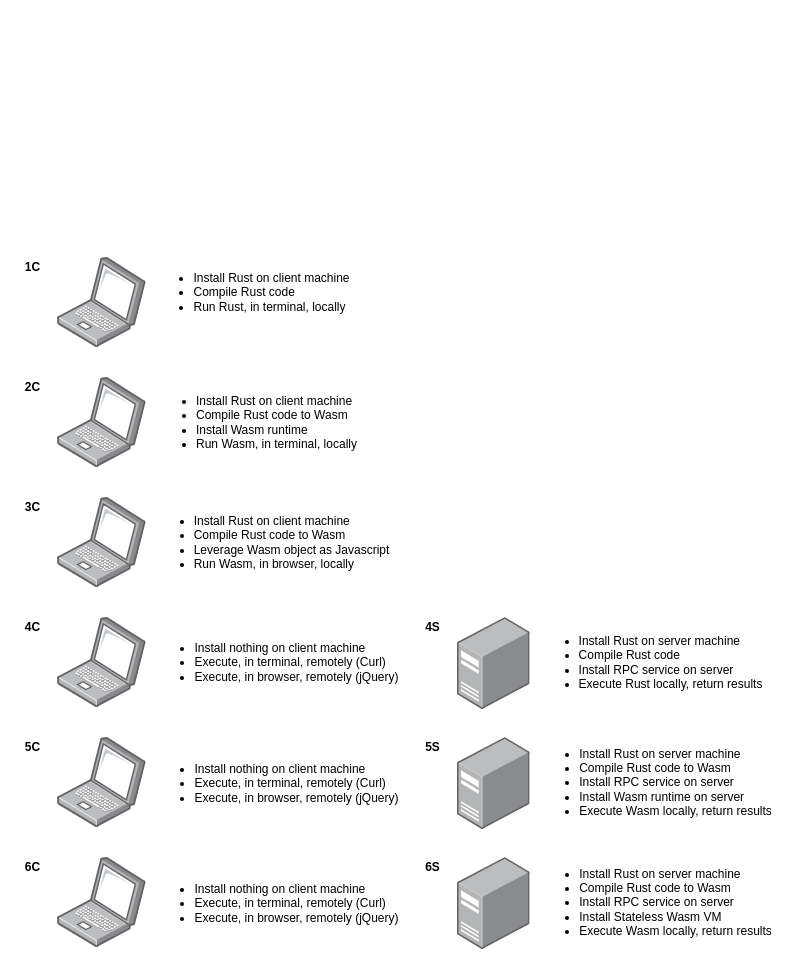
The draw.io diagram different_modalities.drawio in second-state/SSVMRPC, before the edit. Source tidied: cells renumbered, new cells numbered last; positions are measured from the earlier drawing's top-left corner, leaving out a move shared by most shapes. Both pictures are drawn from the tidied source at 100%, with x=0, y=0 at pixel (17, 257).
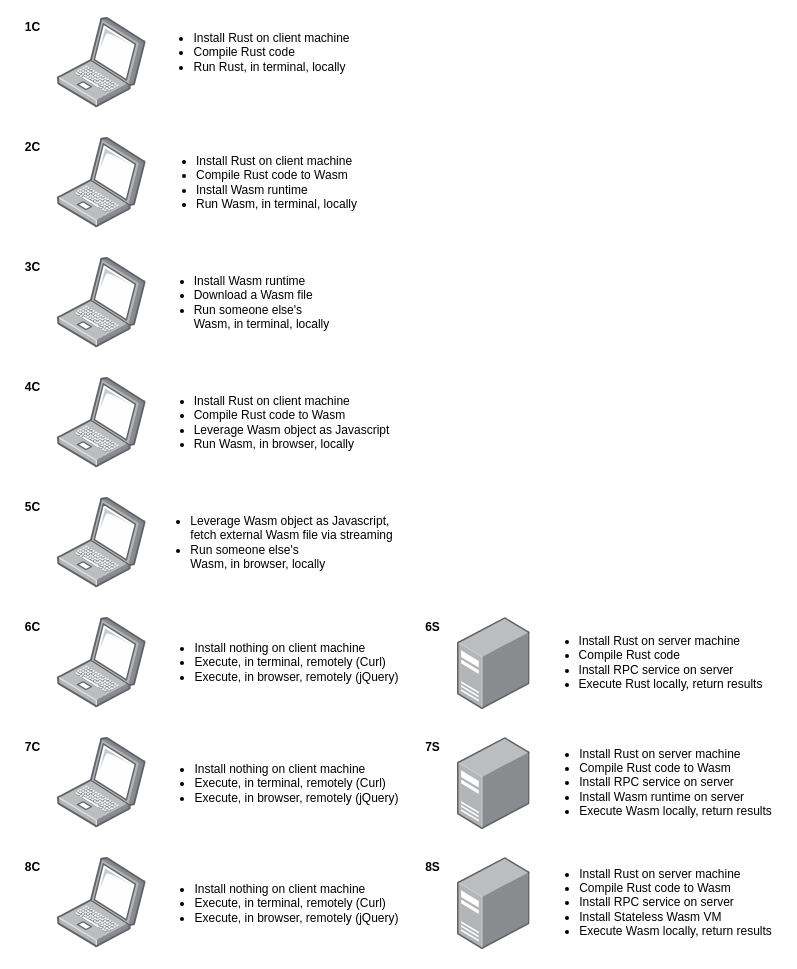
After the change.

Diff of the diagram source:
```diff
@@
     <mxCell id="2" style="html=1;align=center;shadow=0;dashed=0;image;image=img/lib/allied_telesis/computer_and_terminals/Laptop.svg;" parent="1" vertex="1">
-      <mxGeometry x="40" width="88.7" height="90" as="geometry" />
+      <mxGeometry x="40" y="-120" width="88.7" height="90" as="geometry" />
     </mxCell>
     <mxCell id="3" style="html=1;align=center;shadow=0;dashed=0;image;image=img/lib/allied_telesis/computer_and_terminals/Laptop.svg;" parent="1" vertex="1">
-      <mxGeometry x="40" y="120" width="88.7" height="90" as="geometry" />
+      <mxGeometry x="40" width="88.7" height="90" as="geometry" />
     </mxCell>
     <mxCell id="4" style="html=1;align=center;shadow=0;dashed=0;image;image=img/lib/allied_telesis/computer_and_terminals/Laptop.svg;" parent="1" vertex="1">
-      <mxGeometry x="40" y="240" width="88.7" height="90" as="geometry" />
+      <mxGeometry x="40" y="120" width="88.7" height="90" as="geometry" />
     </mxCell>
@@
-    <mxCell id="6" value="&lt;div style=&quot;text-align: left&quot;&gt;&lt;ul&gt;&lt;li&gt;&lt;span&gt;Install Rust on client machine&lt;/span&gt;&lt;/li&gt;&lt;li&gt;&lt;span&gt;Compile Rust code&lt;/span&gt;&lt;/li&gt;&lt;li&gt;&lt;span&gt;Run Rust, in terminal, locally&lt;/span&gt;&lt;/li&gt;&lt;/ul&gt;&lt;/div&gt;" style="text;html=1;align=center;verticalAlign=middle;" parent="1" vertex="1">
-      <mxGeometry x="128.7" width="210" height="70" as="geometry" />
-    </mxCell>
-    <mxCell id="7" value="&lt;div style=&quot;text-align: left&quot;&gt;&lt;ul&gt;&lt;li&gt;&lt;span&gt;Install Rust on client machine&lt;/span&gt;&lt;/li&gt;&lt;li&gt;&lt;span&gt;Compile Rust code to Wasm&lt;/span&gt;&lt;/li&gt;&lt;li&gt;&lt;span&gt;Install Wasm runtime&lt;/span&gt;&lt;/li&gt;&lt;li&gt;&lt;span&gt;Run Wasm, in terminal, locally&lt;/span&gt;&lt;/li&gt;&lt;/ul&gt;&lt;/div&gt;" style="text;html=1;align=center;verticalAlign=middle;" parent="1" vertex="1">
-      <mxGeometry x="128.7" y="120" width="220" height="90" as="geometry" />
+    <mxCell id="7" value="&lt;div style=&quot;text-align: left&quot;&gt;&lt;ul&gt;&lt;li&gt;&lt;span&gt;Install Wasm runtime&lt;/span&gt;&lt;br&gt;&lt;/li&gt;&lt;li&gt;&lt;span&gt;Download a Wasm file&lt;/span&gt;&lt;/li&gt;&lt;li&gt;&lt;span&gt;Run someone else's&lt;br&gt;Wasm, in terminal, locally&lt;/span&gt;&lt;/li&gt;&lt;/ul&gt;&lt;/div&gt;" style="text;html=1;align=center;verticalAlign=middle;" parent="1" vertex="1">
+      <mxGeometry x="128.7" width="190" height="90" as="geometry" />
     </mxCell>
     <mxCell id="8" value="&lt;div style=&quot;text-align: left&quot;&gt;&lt;ul&gt;&lt;li&gt;&lt;span&gt;Install Rust on client machine&lt;/span&gt;&lt;/li&gt;&lt;li&gt;&lt;span&gt;Compile Rust code to Wasm&lt;/span&gt;&lt;/li&gt;&lt;li&gt;&lt;span&gt;Leverage Wasm object as Javascript&lt;/span&gt;&lt;/li&gt;&lt;li&gt;&lt;span&gt;Run Wasm, in browser, locally&lt;/span&gt;&lt;/li&gt;&lt;/ul&gt;&lt;/div&gt;" style="text;html=1;align=center;verticalAlign=middle;" parent="1" vertex="1">
-      <mxGeometry x="128.7" y="240" width="250" height="90" as="geometry" />
+      <mxGeometry x="128.7" y="120" width="250" height="90" as="geometry" />
     </mxCell>
@@
-    <mxCell id="20" value="&lt;b&gt;1C&lt;/b&gt;" style="text;html=1;align=center;verticalAlign=middle;" parent="1" vertex="1">
-      <mxGeometry width="30" height="20" as="geometry" />
+    <mxCell id="20" value="&lt;b&gt;2C&lt;/b&gt;" style="text;html=1;align=center;verticalAlign=middle;" parent="1" vertex="1">
+      <mxGeometry y="-120" width="30" height="20" as="geometry" />
     </mxCell>
-    <mxCell id="21" value="&lt;b&gt;2C&lt;/b&gt;" style="text;html=1;align=center;verticalAlign=middle;" parent="1" vertex="1">
-      <mxGeometry y="120" width="30" height="20" as="geometry" />
+    <mxCell id="21" value="&lt;b&gt;3C&lt;/b&gt;" style="text;html=1;align=center;verticalAlign=middle;" parent="1" vertex="1">
+      <mxGeometry width="30" height="20" as="geometry" />
     </mxCell>
-    <mxCell id="22" value="&lt;b&gt;3C&lt;/b&gt;" style="text;html=1;align=center;verticalAlign=middle;" parent="1" vertex="1">
-      <mxGeometry y="240" width="30" height="20" as="geometry" />
+    <mxCell id="22" value="&lt;b&gt;4C&lt;/b&gt;" style="text;html=1;align=center;verticalAlign=middle;" parent="1" vertex="1">
+      <mxGeometry y="120" width="30" height="20" as="geometry" />
     </mxCell>
-    <mxCell id="23" value="&lt;b&gt;4C&lt;/b&gt;" style="text;html=1;align=center;verticalAlign=middle;" parent="1" vertex="1">
+    <mxCell id="23" value="&lt;b&gt;6C&lt;/b&gt;" style="text;html=1;align=center;verticalAlign=middle;" parent="1" vertex="1">
       <mxGeometry y="360" width="30" height="20" as="geometry" />
     </mxCell>
-    <mxCell id="24" value="&lt;b&gt;4S&lt;/b&gt;" style="text;html=1;align=center;verticalAlign=middle;" parent="1" vertex="1">
+    <mxCell id="24" value="&lt;b&gt;6S&lt;/b&gt;" style="text;html=1;align=center;verticalAlign=middle;" parent="1" vertex="1">
       <mxGeometry x="400" y="360" width="30" height="20" as="geometry" />
     </mxCell>
-    <mxCell id="25" value="&lt;b&gt;5C&lt;/b&gt;" style="text;html=1;align=center;verticalAlign=middle;" parent="1" vertex="1">
+    <mxCell id="25" value="&lt;b&gt;7C&lt;/b&gt;" style="text;html=1;align=center;verticalAlign=middle;" parent="1" vertex="1">
       <mxGeometry y="480" width="30" height="20" as="geometry" />
     </mxCell>
-    <mxCell id="26" value="&lt;b&gt;6C&lt;/b&gt;" style="text;html=1;align=center;verticalAlign=middle;" parent="1" vertex="1">
+    <mxCell id="26" value="&lt;b&gt;8C&lt;/b&gt;" style="text;html=1;align=center;verticalAlign=middle;" parent="1" vertex="1">
       <mxGeometry y="600" width="30" height="20" as="geometry" />
     </mxCell>
-    <mxCell id="27" value="&lt;b&gt;5S&lt;/b&gt;" style="text;html=1;align=center;verticalAlign=middle;" parent="1" vertex="1">
+    <mxCell id="27" value="&lt;b&gt;7S&lt;/b&gt;" style="text;html=1;align=center;verticalAlign=middle;" parent="1" vertex="1">
       <mxGeometry x="400" y="480" width="30" height="20" as="geometry" />
     </mxCell>
-    <mxCell id="28" value="&lt;b&gt;6S&lt;/b&gt;" style="text;html=1;align=center;verticalAlign=middle;" parent="1" vertex="1">
+    <mxCell id="28" value="&lt;b&gt;8S&lt;/b&gt;" style="text;html=1;align=center;verticalAlign=middle;" parent="1" vertex="1">
       <mxGeometry x="400" y="600" width="30" height="20" as="geometry" />
     </mxCell>
+    <mxCell id="29" style="html=1;align=center;shadow=0;dashed=0;image;image=img/lib/allied_telesis/computer_and_terminals/Laptop.svg;" parent="1" vertex="1">
+      <mxGeometry x="40" y="-240" width="88.7" height="90" as="geometry" />
+    </mxCell>
+    <mxCell id="6" value="&lt;div style=&quot;text-align: left&quot;&gt;&lt;ul&gt;&lt;li&gt;&lt;span&gt;Install Rust on client machine&lt;/span&gt;&lt;/li&gt;&lt;li&gt;&lt;span&gt;Compile Rust code&lt;/span&gt;&lt;/li&gt;&lt;li&gt;&lt;span&gt;Run Rust, in terminal, locally&lt;/span&gt;&lt;/li&gt;&lt;/ul&gt;&lt;/div&gt;" style="text;html=1;align=center;verticalAlign=middle;" parent="1" vertex="1">
+      <mxGeometry x="128.7" y="-240" width="210" height="70" as="geometry" />
+    </mxCell>
+    <mxCell id="30" value="&lt;b&gt;1C&lt;/b&gt;" style="text;html=1;align=center;verticalAlign=middle;" parent="1" vertex="1">
+      <mxGeometry y="-240" width="30" height="20" as="geometry" />
+    </mxCell>
+    <mxCell id="31" value="&lt;div style=&quot;text-align: left&quot;&gt;&lt;ul&gt;&lt;li&gt;&lt;span&gt;Install Rust on client machine&lt;/span&gt;&lt;/li&gt;&lt;li&gt;&lt;span&gt;Compile Rust code to Wasm&lt;/span&gt;&lt;/li&gt;&lt;li&gt;&lt;span&gt;Install Wasm runtime&lt;/span&gt;&lt;/li&gt;&lt;li&gt;&lt;span&gt;Run Wasm, in terminal, locally&lt;/span&gt;&lt;/li&gt;&lt;/ul&gt;&lt;/div&gt;" style="text;html=1;align=center;verticalAlign=middle;" parent="1" vertex="1">
+      <mxGeometry x="128.7" y="-120" width="220" height="90" as="geometry" />
+    </mxCell>
+    <mxCell id="32" style="html=1;align=center;shadow=0;dashed=0;image;image=img/lib/allied_telesis/computer_and_terminals/Laptop.svg;" parent="1" vertex="1">
+      <mxGeometry x="40" y="240" width="88.7" height="90" as="geometry" />
+    </mxCell>
+    <mxCell id="33" value="&lt;div style=&quot;text-align: left&quot;&gt;&lt;ul&gt;&lt;li&gt;&lt;span&gt;Leverage Wasm object as Javascript,&amp;nbsp;&lt;br&gt;&lt;/span&gt;fetch external Wasm file via streaming&lt;/li&gt;&lt;li&gt;&lt;span&gt;Run someone else's&lt;br&gt;Wasm, in browser, locally&lt;/span&gt;&lt;/li&gt;&lt;/ul&gt;&lt;/div&gt;" style="text;html=1;align=center;verticalAlign=middle;" parent="1" vertex="1">
+      <mxGeometry x="123.7" y="240" width="260" height="90" as="geometry" />
+    </mxCell>
+    <mxCell id="34" value="&lt;b&gt;5C&lt;/b&gt;" style="text;html=1;align=center;verticalAlign=middle;" parent="1" vertex="1">
+      <mxGeometry y="240" width="30" height="20" as="geometry" />
+    </mxCell>
```
